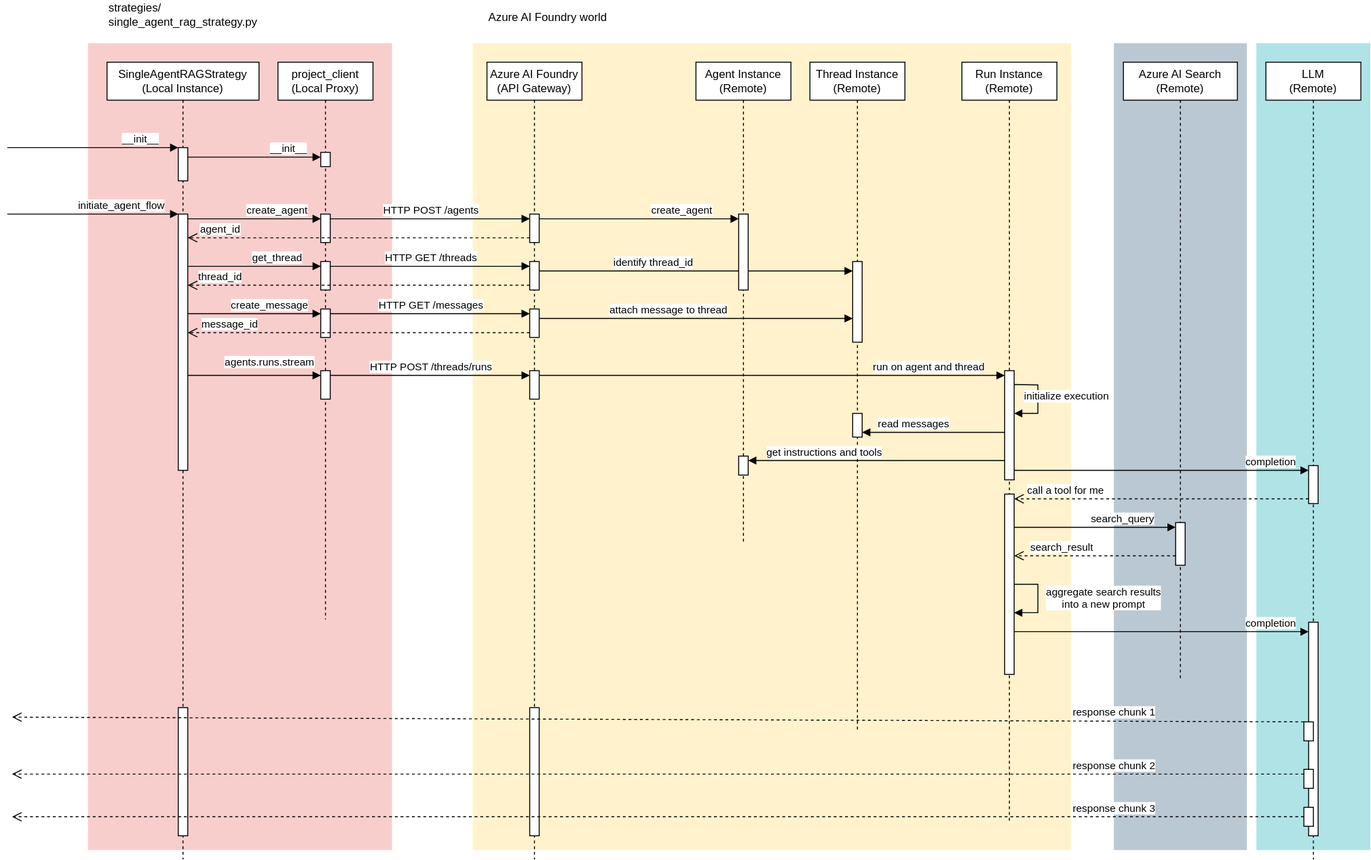
Before: docs/media/orchestrator_single_agent_strategy/orchestrator-single-agent-strategy.drawio.svg, a diagram exported from draw.io (Azure/GPT-RAG). Source tidied: cells renumbered, new cells last; positions are measured from the earlier drawing's top-left corner, leaving out a move shared by most shapes.
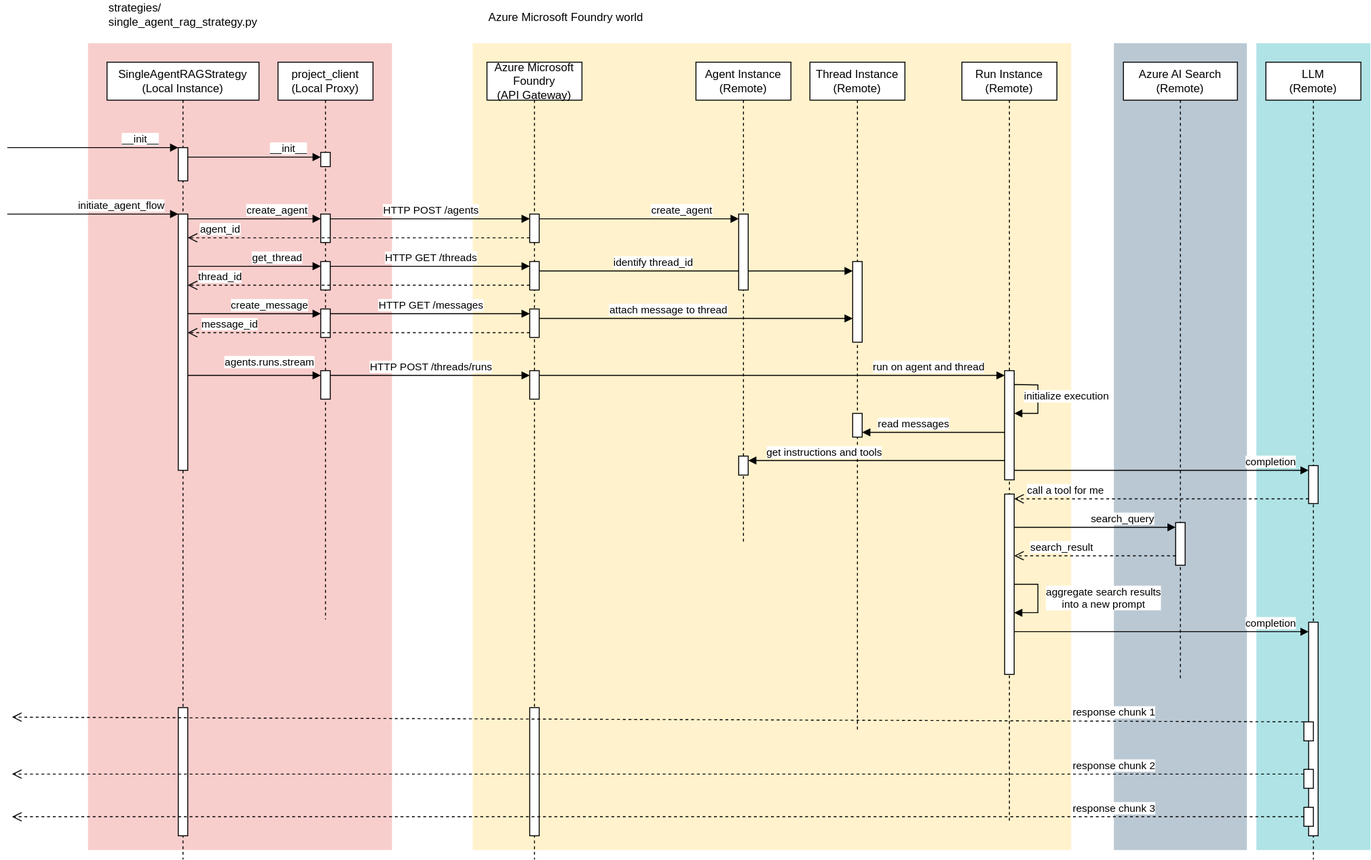
The same diagram one commit later.

Diff of the diagram source:
```diff
@@ -53,7 +53,7 @@
         <mxPoint x="190" y="230" as="sourcePoint" />
       </mxGeometry>
     </mxCell>
-    <mxCell id="17" value="Azure AI Foundry&lt;div&gt;(API Gateway)&lt;/div&gt;" style="shape=umlLifeline;perimeter=lifelinePerimeter;whiteSpace=wrap;html=1;newEdgeStyle={&quot;curved&quot;:0,&quot;rounded&quot;:0};" parent="1" vertex="1">
+    <mxCell id="17" value="Azure Microsoft Foundry&lt;div&gt;(API Gateway)&lt;/div&gt;" style="shape=umlLifeline;perimeter=lifelinePerimeter;whiteSpace=wrap;html=1;newEdgeStyle={&quot;curved&quot;:0,&quot;rounded&quot;:0};" parent="1" vertex="1">
       <mxGeometry x="505" y="65" width="100" height="840" as="geometry" />
     </mxCell>
     <mxCell id="18" style="html=1;points=[[0,0,0,0,5],[0,1,0,0,-5],[1,0,0,0,5],[1,1,0,0,-5]];perimeter=orthogonalPerimeter;outlineConnect=0;targetShapes=umlLifeline;portConstraint=eastwest;newEdgeStyle={&quot;curved&quot;:0,&quot;rounded&quot;:0};" parent="17" vertex="1">
@@ -283,7 +283,7 @@
         <mxPoint x="5" y="860" as="targetPoint" />
       </mxGeometry>
     </mxCell>
-    <mxCell id="70" value="Azure AI Foundry world" style="text;html=1;align=left;verticalAlign=middle;whiteSpace=wrap;rounded=0;" parent="1" vertex="1">
+    <mxCell id="70" value="Azure Microsoft Foundry world" style="text;html=1;align=left;verticalAlign=middle;whiteSpace=wrap;rounded=0;" parent="1" vertex="1">
       <mxGeometry x="505" y="5" width="165" height="25" as="geometry" />
     </mxCell>
   </root>
```
